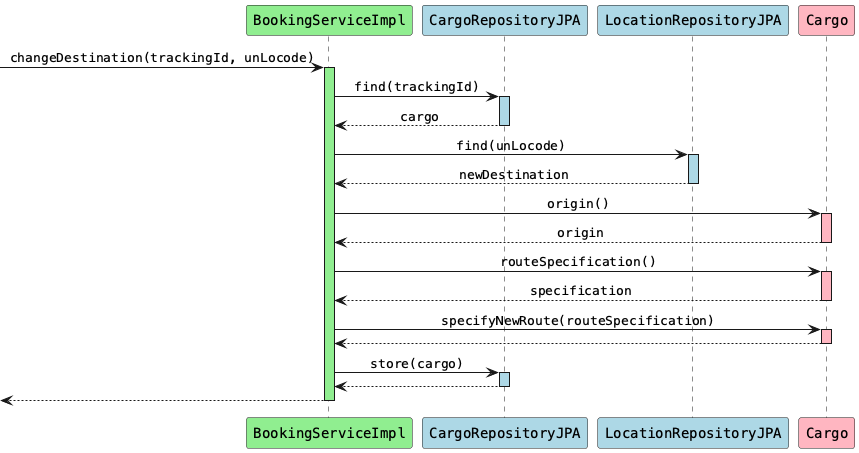
Before: src/site/resources/diagrams/BookingServiceImpl_changeDestination.png, a diagram exported from PlantUML (aowss/dddsample-core).
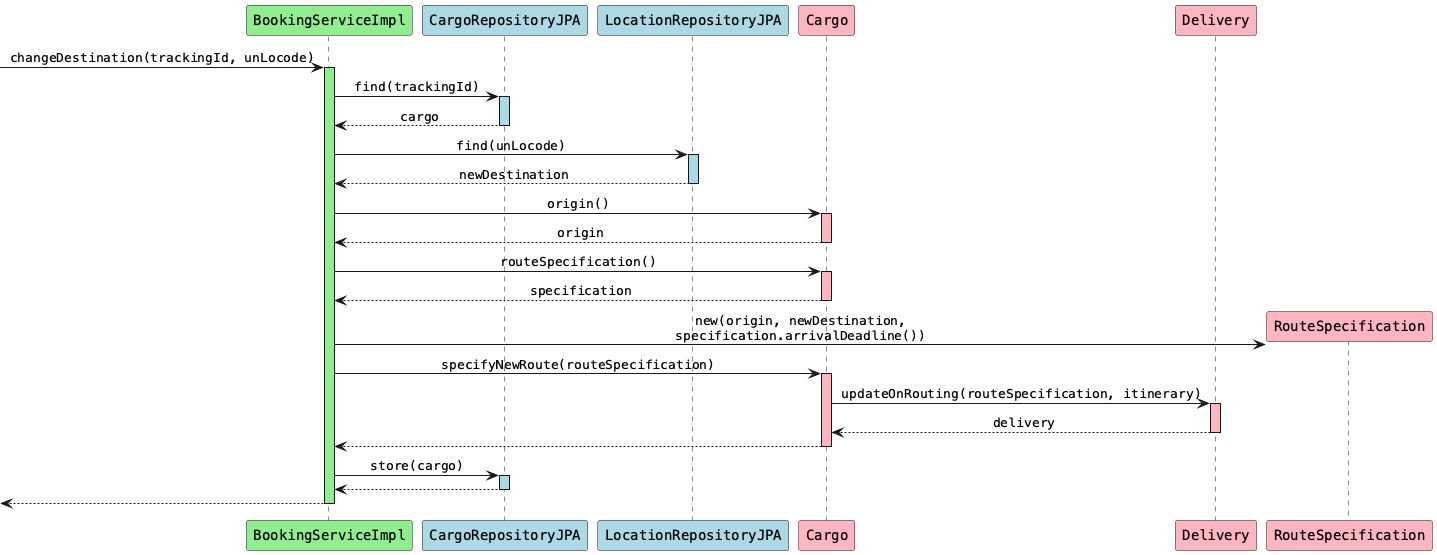
Later version of the same file.

Diff of the diagram source:
```diff
@@ -7,6 +7,8 @@
 participant "CargoRepositoryJPA" as cr #lightblue
 participant "LocationRepositoryJPA" as lr #lightblue
 participant "Cargo" as c #lightpink
+participant "Delivery" as d #lightpink
+participant "RouteSpecification" as rs #lightpink
 
 [-> bs: changeDestination(trackingId, unLocode)
 activate bs #lightgreen
@@ -31,8 +33,17 @@
 c --> bs: specification
 deactivate c
 
+create rs
+bs -> rs: new(origin, newDestination,\nspecification.arrivalDeadline())
+
 bs -> c: specifyNewRoute(routeSpecification)
 activate c #lightpink
+
+c -> d: updateOnRouting(routeSpecification, itinerary)
+activate d #lightpink
+d --> c: delivery
+deactivate d
+
 c --> bs
 deactivate c
 
```
